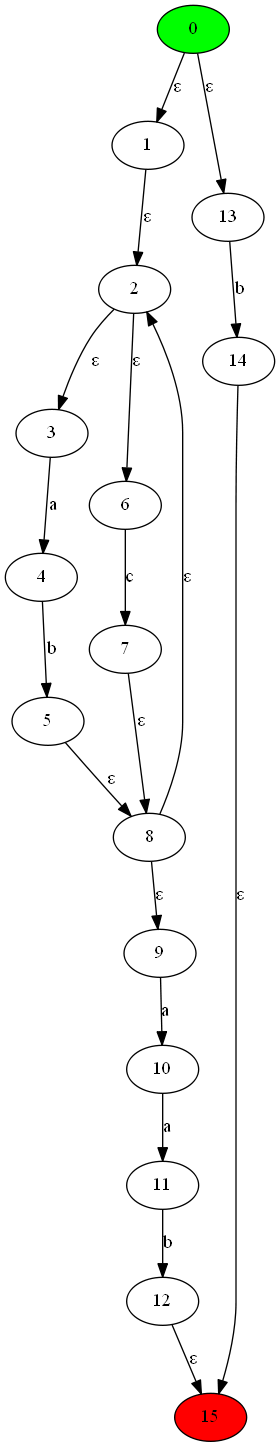
Before: 00/Engine/gv/NFA.gv.png, a diagram exported from Graphviz (ored95/Compiler). Its source is kept beside it as 00/Engine/gv/NFA.gv. Source of this version:
```dot
digraph {
	0 [style=filled, fillcolor=green]
	15 [style=filled, fillcolor=red]
	0 -> 1 [label="ε"]
	0 -> 13 [label="ε"]
	1 -> 2 [label="ε"]
	2 -> 3 [label="ε"]
	2 -> 6 [label="ε"]
	3 -> 4 [label="a"]
	4 -> 5 [label="b"]
	5 -> 8 [label="ε"]
	6 -> 7 [label="c"]
	7 -> 8 [label="ε"]
	8 -> 2 [label="ε"]
	8 -> 9 [label="ε"]
	9 -> 10 [label="a"]
	10 -> 11 [label="a"]
	11 -> 12 [label="b"]
	12 -> 15 [label="ε"]
	13 -> 14 [label="b"]
	14 -> 15 [label="ε"]
}
```
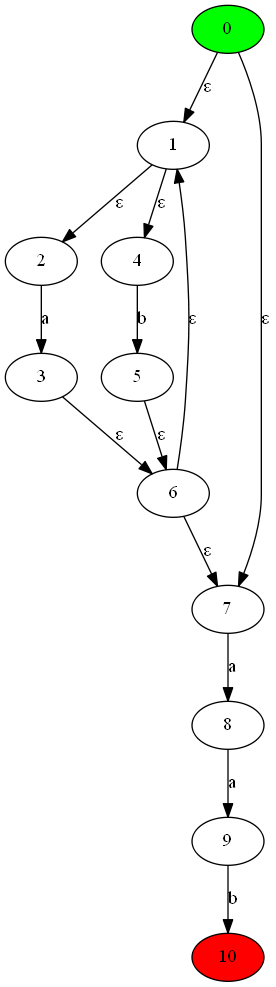
After the commit.

The edit, as a diff of the source:
```diff
@@ -1,22 +1,17 @@
 digraph {
 	0 [style=filled, fillcolor=green]
-	15 [style=filled, fillcolor=red]
+	10 [style=filled, fillcolor=red]
 	0 -> 1 [label="ε"]
-	0 -> 13 [label="ε"]
+	0 -> 7 [label="ε"]
 	1 -> 2 [label="ε"]
-	2 -> 3 [label="ε"]
-	2 -> 6 [label="ε"]
-	3 -> 4 [label="a"]
+	1 -> 4 [label="ε"]
+	2 -> 3 [label="a"]
+	3 -> 6 [label="ε"]
 	4 -> 5 [label="b"]
-	5 -> 8 [label="ε"]
-	6 -> 7 [label="c"]
-	7 -> 8 [label="ε"]
-	8 -> 2 [label="ε"]
-	8 -> 9 [label="ε"]
-	9 -> 10 [label="a"]
-	10 -> 11 [label="a"]
-	11 -> 12 [label="b"]
-	12 -> 15 [label="ε"]
-	13 -> 14 [label="b"]
-	14 -> 15 [label="ε"]
+	5 -> 6 [label="ε"]
+	6 -> 1 [label="ε"]
+	6 -> 7 [label="ε"]
+	7 -> 8 [label="a"]
+	8 -> 9 [label="a"]
+	9 -> 10 [label="b"]
 }
```
